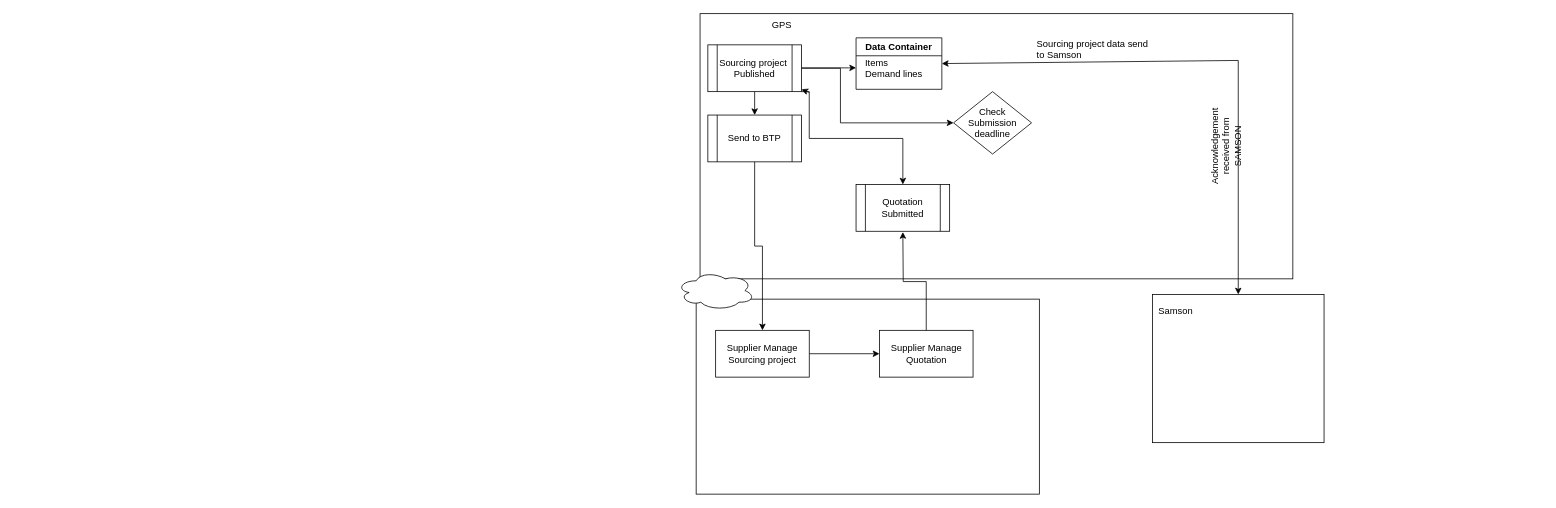
The draw.io diagram Samson process flow.drawio in Mangesh1206/ArchitectureDiagram, before the edit. Source tidied: cells renumbered, new cells numbered last; positions are measured from the earlier drawing's top-left corner, leaving out a move shared by most shapes. Both pictures are drawn from the tidied source at 78%, with x=0, y=0 at pixel (676, 13).
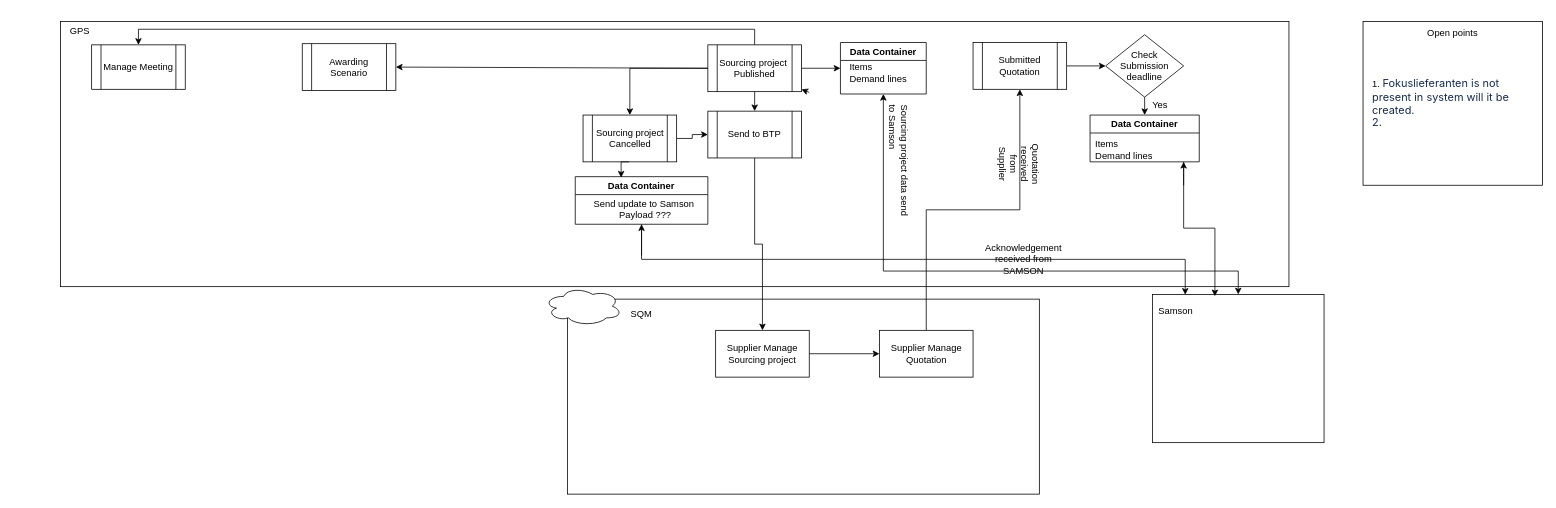
Above is the later version.

The change refers to these unchanged cells:
```xml
<mxCell id="7" value="Sourcing project&amp;nbsp;&lt;div&gt;Published&lt;/div&gt;" style="shape=process;whiteSpace=wrap;html=1;backgroundOutline=1;" parent="1" vertex="1">
  <mxGeometry x="40" y="40" width="120" height="60" as="geometry" />
</mxCell>
<mxCell id="16" style="rounded=0;whiteSpace=wrap;html=1;" parent="15" vertex="1">
  <mxGeometry width="120" height="60" as="geometry" />
</mxCell>
<mxCell id="24" style="rounded=0;whiteSpace=wrap;html=1;" parent="1" vertex="1">
  <mxGeometry x="610" y="360" width="220" height="190" as="geometry" />
</mxCell>
<mxCell id="30" style="rhombus;whiteSpace=wrap;html=1;" parent="29" vertex="1">
  <mxGeometry width="100" height="80" as="geometry" />
</mxCell>
```

Change to the diagram source:
```diff
@@
     <mxCell id="2" style="rounded=0;whiteSpace=wrap;html=1;" parent="1" vertex="1">
-      <mxGeometry x="25" y="366" width="440" height="250" as="geometry" />
+      <mxGeometry x="-140" y="366" width="605" height="250" as="geometry" />
     </mxCell>
     <mxCell id="3" style="rounded=0;whiteSpace=wrap;html=1;" parent="1" vertex="1">
-      <mxGeometry x="30" width="760" height="340" as="geometry" />
+      <mxGeometry x="-790" y="10" width="1575" height="340" as="geometry" />
     </mxCell>
     <mxCell id="4" value="GPS" style="text;html=1;align=center;verticalAlign=middle;whiteSpace=wrap;rounded=0;" parent="1" vertex="1">
-      <mxGeometry x="50" width="170" height="30" as="geometry" />
+      <mxGeometry x="-850" y="7" width="170" height="30" as="geometry" />
     </mxCell>
-    <mxCell id="5" style="edgeStyle=orthogonalEdgeStyle;rounded=0;jettySize=auto;html=1;entryX=0.5;entryY=0;entryDx=0;entryDy=0;exitX=1;exitY=1;exitDx=0;exitDy=0;" parent="1" edge="1" source="7" target="20">
-      <mxGeometry relative="1" as="geometry">
-        <Array as="points">
-          <mxPoint x="170" y="100" />
-          <mxPoint x="170" y="160" />
-          <mxPoint x="290" y="160" />
-        </Array>
-      </mxGeometry>
-    </mxCell>
-    <mxCell id="6" style="edgeStyle=orthogonalEdgeStyle;rounded=0;jettySize=auto;html=1;entryX=0;entryY=0.5;entryDx=0;entryDy=0;" parent="1" edge="1" source="7" target="30">
-      <mxGeometry relative="1" as="geometry">
-        <Array as="points">
-          <mxPoint x="210" y="70" />
-          <mxPoint x="210" y="140" />
-        </Array>
-      </mxGeometry>
-    </mxCell>
+    <mxCell id="35" style="edgeStyle=orthogonalEdgeStyle;rounded=0;jettySize=auto;html=1;exitX=1;exitY=0.5;exitDx=0;exitDy=0;entryX=0;entryY=0.5;entryDx=0;entryDy=0;" parent="1" edge="1" source="7" target="26">
+      <mxGeometry relative="1" as="geometry" />
+    </mxCell>
+    <mxCell id="36" style="edgeStyle=orthogonalEdgeStyle;rounded=0;jettySize=auto;html=1;exitX=0.5;exitY=0;exitDx=0;exitDy=0;entryX=0.5;entryY=0;entryDx=0;entryDy=0;" parent="1" edge="1" source="7" target="59">
+      <mxGeometry relative="1" as="geometry" />
+    </mxCell>
@@
     <mxCell id="9" value="Send to BTP" style="shape=process;whiteSpace=wrap;html=1;backgroundOutline=1;" parent="1" vertex="1">
-      <mxGeometry x="40" y="130" width="120" height="60" as="geometry" />
+      <mxGeometry x="40" y="125" width="120" height="60" as="geometry" />
     </mxCell>
@@
     <mxCell id="11" style="ellipse;shape=cloud;whiteSpace=wrap;html=1;" parent="1" vertex="1">
-      <mxGeometry y="330" width="100" height="50" as="geometry" />
+      <mxGeometry x="-170" y="350" width="100" height="50" as="geometry" />
     </mxCell>
@@
-    <mxCell id="18" style="edgeStyle=orthogonalEdgeStyle;rounded=0;jettySize=auto;html=1;" parent="1" edge="1" source="16">
-      <mxGeometry relative="1" as="geometry">
-        <mxPoint x="290" y="280" as="targetPoint" />
-      </mxGeometry>
+    <mxCell id="18" style="edgeStyle=orthogonalEdgeStyle;rounded=0;jettySize=auto;html=1;entryX=0.5;entryY=1;entryDx=0;entryDy=0;" parent="1" edge="1" source="16" target="51">
+      <mxGeometry relative="1" as="geometry" />
     </mxCell>
-    <mxCell id="19" style="group;" parent="1" vertex="1">
-      <mxGeometry x="230" y="176" width="120" height="60" as="geometry" />
-    </mxCell>
-    <mxCell id="20" style="shape=process;whiteSpace=wrap;html=1;backgroundOutline=1;" parent="19" vertex="1">
-      <mxGeometry y="43" width="120" height="60" as="geometry" />
-    </mxCell>
-    <mxCell id="21" value="Quotation Submitted" style="text;html=1;align=center;verticalAlign=middle;whiteSpace=wrap;rounded=0;" parent="19" vertex="1">
-      <mxGeometry x="20" y="58" width="80" height="30" as="geometry" />
-    </mxCell>
@@
-    <mxCell id="23" style="endArrow=classic;html=1;rounded=0;entryX=0;entryY=0.5;entryDx=0;entryDy=0;" parent="1" edge="1">
-      <mxGeometry relative="1" as="geometry">
-        <mxPoint x="160" y="69.5" as="sourcePoint" />
-        <mxPoint x="230" y="69.5" as="targetPoint" />
-        <Array as="points">
-          <mxPoint x="220" y="69.5" />
-        </Array>
-      </mxGeometry>
-    </mxCell>
@@
-    <mxCell id="26" value="Data Container" style="swimlane;whiteSpace=wrap;html=1;" parent="1" vertex="1">
-      <mxGeometry x="230" y="31" width="110" height="66" as="geometry" />
-    </mxCell>
-    <mxCell id="27" value="Items&amp;nbsp;&lt;div&gt;Demand lines&lt;/div&gt;" style="text;html=1;align=left;verticalAlign=middle;whiteSpace=wrap;rounded=0;" parent="26" vertex="1">
-      <mxGeometry x="10" y="24" width="90" height="30" as="geometry" />
-    </mxCell>
     <mxCell id="28" style="group;" parent="1" vertex="1">
-      <mxGeometry x="355" y="100" width="100" height="80" as="geometry" />
+      <mxGeometry x="550" y="27" width="100" height="80" as="geometry" />
     </mxCell>
@@
-    <mxCell id="32" style="endArrow=classic;startArrow=classic;html=1;rounded=0;exitX=0.5;exitY=0;exitDx=0;exitDy=0;entryX=1;entryY=0.5;entryDx=0;entryDy=0;" parent="1" edge="1" source="24" target="26">
+    <mxCell id="32" style="endArrow=classic;startArrow=classic;html=1;rounded=0;exitX=0.5;exitY=0;exitDx=0;exitDy=0;entryX=0.5;entryY=1;entryDx=0;entryDy=0;" parent="1" edge="1" source="24" target="26">
       <mxGeometry relative="1" as="geometry">
         <Array as="points">
-          <mxPoint x="720" y="60" />
+          <mxPoint x="720" y="330" />
+          <mxPoint x="265" y="330" />
         </Array>
       </mxGeometry>
     </mxCell>
-    <mxCell id="33" value="Sourcing project data send to Samson" style="text;html=1;align=left;verticalAlign=middle;whiteSpace=wrap;rounded=0;" parent="1" vertex="1">
-      <mxGeometry x="460" y="31" width="150" height="30" as="geometry" />
+    <mxCell id="33" value="Sourcing project data send to Samson" style="text;html=1;align=left;verticalAlign=middle;whiteSpace=wrap;rounded=0;rotation=90;" parent="1" vertex="1">
+      <mxGeometry x="210" y="175" width="150" height="30" as="geometry" />
     </mxCell>
-    <mxCell id="34" value="Acknowledgement received from SAMSON" style="text;html=1;align=center;verticalAlign=middle;whiteSpace=wrap;rounded=0;rotation=-90;" parent="1" vertex="1">
-      <mxGeometry x="640" y="155" width="130" height="30" as="geometry" />
+    <mxCell id="34" value="Acknowledgement received from SAMSON" style="text;html=1;align=center;verticalAlign=middle;whiteSpace=wrap;rounded=0;rotation=0;" parent="1" vertex="1">
+      <mxGeometry x="380" y="300" width="130" height="30" as="geometry" />
     </mxCell>
+    <mxCell id="37" value="Data Container" style="swimlane;whiteSpace=wrap;html=1;" parent="1" vertex="1">
+      <mxGeometry x="530" y="130" width="140" height="60" as="geometry" />
+    </mxCell>
+    <mxCell id="38" value="Items&amp;nbsp;&lt;div&gt;Demand lines&lt;/div&gt;" style="text;html=1;align=left;verticalAlign=middle;whiteSpace=wrap;rounded=0;" parent="37" vertex="1">
+      <mxGeometry x="5" y="30" width="90" height="30" as="geometry" />
+    </mxCell>
+    <mxCell id="39" style="rounded=0;whiteSpace=wrap;html=1;" parent="1" vertex="1">
+      <mxGeometry x="880" y="10" width="230" height="210" as="geometry" />
+    </mxCell>
+    <mxCell id="40" value="Open points" style="text;html=1;align=center;verticalAlign=middle;whiteSpace=wrap;rounded=0;" parent="1" vertex="1">
+      <mxGeometry x="905" y="10" width="180" height="30" as="geometry" />
+    </mxCell>
+    <mxCell id="41" value="1.&amp;nbsp;&lt;span style=&quot;color: rgb(23, 43, 77); font-family: -apple-system, BlinkMacSystemFont, &amp;quot;Segoe UI&amp;quot;, Roboto, Oxygen, Ubuntu, &amp;quot;Fira Sans&amp;quot;, &amp;quot;Droid Sans&amp;quot;, &amp;quot;Helvetica Neue&amp;quot;, sans-serif; font-size: 14px; background-color: rgb(255, 255, 255);&quot;&gt;Fokuslieferanten is not present in system will it be created.&amp;nbsp;&lt;/span&gt;&lt;div&gt;&lt;span style=&quot;color: rgb(23, 43, 77); font-family: -apple-system, BlinkMacSystemFont, &amp;quot;Segoe UI&amp;quot;, Roboto, Oxygen, Ubuntu, &amp;quot;Fira Sans&amp;quot;, &amp;quot;Droid Sans&amp;quot;, &amp;quot;Helvetica Neue&amp;quot;, sans-serif; font-size: 14px; background-color: rgb(255, 255, 255);&quot;&gt;2.&amp;nbsp;&lt;/span&gt;&lt;/div&gt;" style="text;html=1;align=left;verticalAlign=middle;whiteSpace=wrap;rounded=0;" parent="1" vertex="1">
+      <mxGeometry x="890" y="10" width="210" height="210" as="geometry" />
+    </mxCell>
+    <mxCell id="42" style="edgeStyle=orthogonalEdgeStyle;rounded=0;jettySize=auto;html=1;exitX=1;exitY=0.5;exitDx=0;exitDy=0;entryX=0;entryY=0.5;entryDx=0;entryDy=0;" parent="1" edge="1" source="43" target="9">
+      <mxGeometry relative="1" as="geometry" />
+    </mxCell>
+    <mxCell id="43" style="shape=process;whiteSpace=wrap;html=1;backgroundOutline=1;" parent="1" vertex="1">
+      <mxGeometry x="-120" y="130" width="120" height="60" as="geometry" />
+    </mxCell>
+    <mxCell id="44" style="endArrow=classic;html=1;rounded=0;entryX=0.5;entryY=0;entryDx=0;entryDy=0;exitX=0;exitY=0.5;exitDx=0;exitDy=0;" parent="1" edge="1" source="7" target="43">
+      <mxGeometry relative="1" as="geometry">
+        <Array as="points">
+          <mxPoint x="-60" y="70" />
+        </Array>
+      </mxGeometry>
+    </mxCell>
+    <mxCell id="45" value="Sourcing project Cancelled" style="text;html=1;align=center;verticalAlign=middle;whiteSpace=wrap;rounded=0;" parent="1" vertex="1">
+      <mxGeometry x="-112.5" y="145" width="105" height="30" as="geometry" />
+    </mxCell>
+    <mxCell id="46" value="Data Container" style="swimlane;whiteSpace=wrap;html=1;" parent="1" vertex="1">
+      <mxGeometry x="-130" y="209" width="170" height="61" as="geometry" />
+    </mxCell>
+    <mxCell id="47" value="Send update to Samson&amp;nbsp;&lt;div&gt;Payload ???&lt;/div&gt;" style="text;html=1;align=center;verticalAlign=middle;whiteSpace=wrap;rounded=0;" parent="1" vertex="1">
+      <mxGeometry x="-120" y="236" width="160" height="30" as="geometry" />
+    </mxCell>
+    <mxCell id="48" style="edgeStyle=orthogonalEdgeStyle;rounded=0;jettySize=auto;html=1;entryX=0.346;entryY=0.02;entryDx=0;entryDy=0;entryPerimeter=0;" parent="1" edge="1" target="46">
+      <mxGeometry relative="1" as="geometry">
+        <mxPoint x="-61" y="190" as="sourcePoint" />
+      </mxGeometry>
+    </mxCell>
+    <mxCell id="49" style="edgeStyle=orthogonalEdgeStyle;rounded=0;jettySize=auto;html=1;exitX=0.5;exitY=1;exitDx=0;exitDy=0;entryX=0.191;entryY=0.002;entryDx=0;entryDy=0;entryPerimeter=0;" parent="1" edge="1" source="46" target="24">
+      <mxGeometry relative="1" as="geometry" />
+    </mxCell>
+    <mxCell id="26" value="Data Container" style="swimlane;whiteSpace=wrap;html=1;" parent="1" vertex="1">
+      <mxGeometry x="210" y="37" width="110" height="66" as="geometry" />
+    </mxCell>
+    <mxCell id="27" value="Items&amp;nbsp;&lt;div&gt;Demand lines&lt;/div&gt;" style="text;html=1;align=left;verticalAlign=middle;whiteSpace=wrap;rounded=0;" parent="26" vertex="1">
+      <mxGeometry x="10" y="24" width="90" height="30" as="geometry" />
+    </mxCell>
+    <mxCell id="50" style="edgeStyle=orthogonalEdgeStyle;rounded=0;jettySize=auto;html=1;entryX=0;entryY=0.5;entryDx=0;entryDy=0;" parent="1" edge="1" source="51" target="30">
+      <mxGeometry relative="1" as="geometry" />
+    </mxCell>
+    <mxCell id="51" value="Submitted Quotation" style="shape=process;whiteSpace=wrap;html=1;backgroundOutline=1;" parent="1" vertex="1">
+      <mxGeometry x="380" y="37" width="120" height="60" as="geometry" />
+    </mxCell>
+    <mxCell id="52" style="edgeStyle=orthogonalEdgeStyle;rounded=0;jettySize=auto;html=1;exitX=0.5;exitY=1;exitDx=0;exitDy=0;entryX=0.5;entryY=0;entryDx=0;entryDy=0;" parent="1" edge="1" source="30" target="37">
+      <mxGeometry relative="1" as="geometry" />
+    </mxCell>
+    <mxCell id="53" style="edgeStyle=orthogonalEdgeStyle;rounded=0;jettySize=auto;html=1;entryX=0.364;entryY=0.012;entryDx=0;entryDy=0;entryPerimeter=0;" parent="1" edge="1" source="37" target="24">
+      <mxGeometry relative="1" as="geometry">
+        <Array as="points">
+          <mxPoint x="650" y="275" />
+          <mxPoint x="690" y="275" />
+        </Array>
+      </mxGeometry>
+    </mxCell>
+    <mxCell id="54" value="Yes" style="text;html=1;align=center;verticalAlign=middle;whiteSpace=wrap;rounded=0;" parent="1" vertex="1">
+      <mxGeometry x="590" y="103" width="60" height="30" as="geometry" />
+    </mxCell>
+    <mxCell id="55" value="Quotation received from Supplier" style="text;html=1;align=center;verticalAlign=middle;whiteSpace=wrap;rounded=0;rotation=90;" parent="1" vertex="1">
+      <mxGeometry x="412.5" y="180" width="55" height="25" as="geometry" />
+    </mxCell>
+    <mxCell id="56" style="endArrow=classic;html=1;rounded=0;" parent="1" edge="1">
+      <mxGeometry relative="1" as="geometry">
+        <mxPoint x="-45" y="310" as="sourcePoint" />
+        <mxPoint x="-45" y="270" as="targetPoint" />
+      </mxGeometry>
+    </mxCell>
+    <mxCell id="57" style="endArrow=classic;html=1;rounded=0;" parent="1" edge="1">
+      <mxGeometry relative="1" as="geometry">
+        <mxPoint x="650" y="220" as="sourcePoint" />
+        <mxPoint x="650" y="190" as="targetPoint" />
+      </mxGeometry>
+    </mxCell>
+    <mxCell id="58" value="SQM" style="text;html=1;align=center;verticalAlign=middle;whiteSpace=wrap;rounded=0;" parent="1" vertex="1">
+      <mxGeometry x="-75" y="370" width="60" height="30" as="geometry" />
+    </mxCell>
+    <mxCell id="59" value="Manage Meeting" style="shape=process;whiteSpace=wrap;html=1;backgroundOutline=1;" parent="1" vertex="1">
+      <mxGeometry x="-750" y="40" width="120" height="57" as="geometry" />
+    </mxCell>
+    <mxCell id="60" value="Awarding Scenario" style="shape=process;whiteSpace=wrap;html=1;backgroundOutline=1;" parent="1" vertex="1">
+      <mxGeometry x="-480" y="38.5" width="120" height="60" as="geometry" />
+    </mxCell>
+    <mxCell id="61" style="endArrow=classic;html=1;rounded=0;entryX=1;entryY=0.5;entryDx=0;entryDy=0;exitX=0;exitY=0.5;exitDx=0;exitDy=0;" parent="1" edge="1" source="7" target="60">
+      <mxGeometry relative="1" as="geometry" />
+    </mxCell>
```
